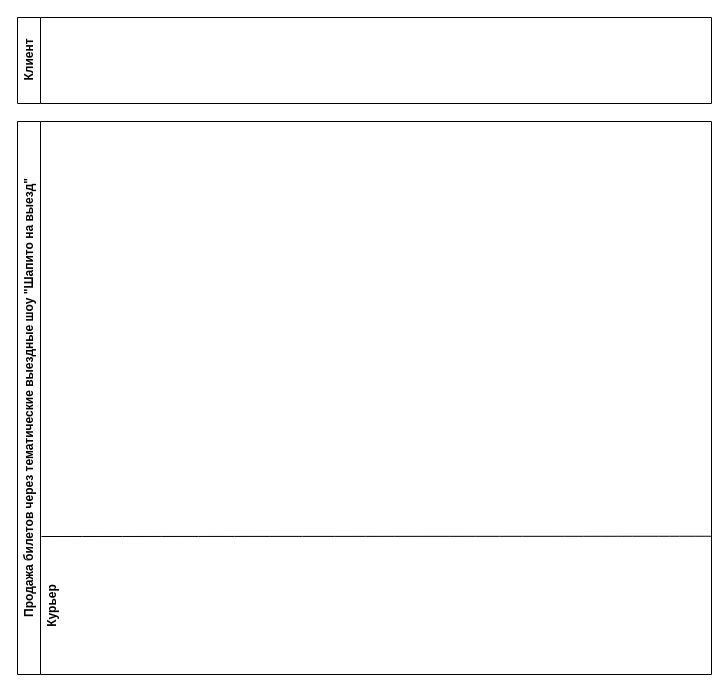
The draw.io diagram 1111.drawio in Helpmepleaseitishard/database-design-4-semester, before the edit. Source tidied: cells renumbered, new cells numbered last; positions are measured from the earlier drawing's top-left corner, leaving out a move shared by most shapes. Both pictures are drawn from the tidied source at 100%, with x=0, y=0 at pixel (-18, 17).
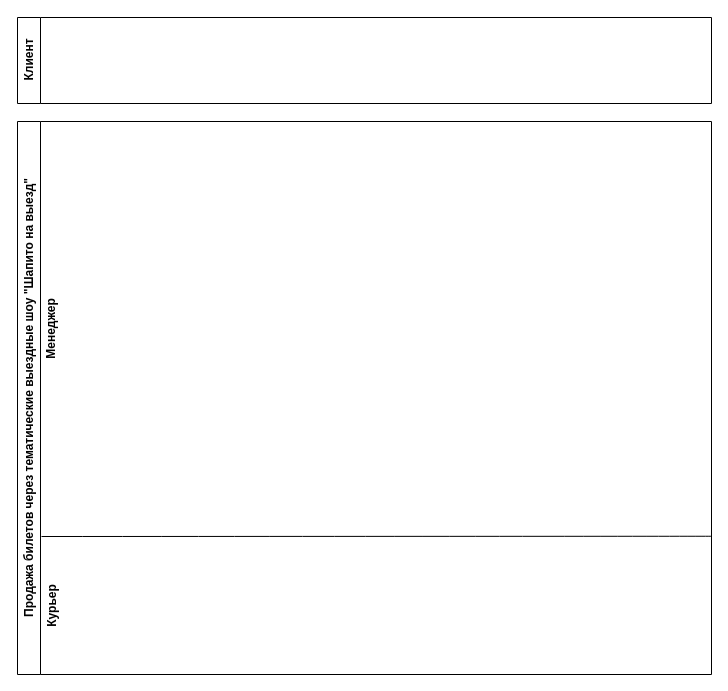
The same diagram, later.

The edit, as a diff of the source:
```diff
@@
 <mxGraphModel>
   <root>
     <mxCell id="0" />
     <mxCell id="1" parent="0" />
     <mxCell id="2" value="Продажа билетов через тематические выездные шоу &quot;Шапито на выезд&quot;" style="swimlane;horizontal=0;whiteSpace=wrap;html=1;" parent="1" vertex="1">
       <mxGeometry x="35" y="104" width="694" height="553" as="geometry" />
     </mxCell>
     <mxCell id="3" style="endArrow=none;html=1;rounded=0;fontSize=12;startSize=8;endSize=8;curved=1;exitX=1;exitY=0.75;exitDx=0;exitDy=0;" parent="2" edge="1" source="2">
       <mxGeometry relative="1" as="geometry">
         <mxPoint x="24" y="415" as="targetPoint" />
       </mxGeometry>
     </mxCell>
     <mxCell id="4" value="Клиент" style="swimlane;horizontal=0;whiteSpace=wrap;html=1;" parent="1" vertex="1">
       <mxGeometry x="35" width="694" height="86" as="geometry" />
     </mxCell>
     <mxCell id="5" value="&lt;b&gt;Курьер&lt;/b&gt;" style="text;html=1;align=center;verticalAlign=middle;whiteSpace=wrap;rounded=0;rotation=-90;" parent="1" vertex="1">
       <mxGeometry y="577" width="138" height="23" as="geometry" />
     </mxCell>
+    <mxCell id="6" value="&lt;b&gt;Менеджер&lt;/b&gt;" style="text;html=1;align=center;verticalAlign=middle;whiteSpace=wrap;rounded=0;rotation=-90;" parent="1" vertex="1">
+      <mxGeometry x="-138.5" y="300.5" width="415" height="23" as="geometry" />
+    </mxCell>
   </root>
 </mxGraphModel>
```
